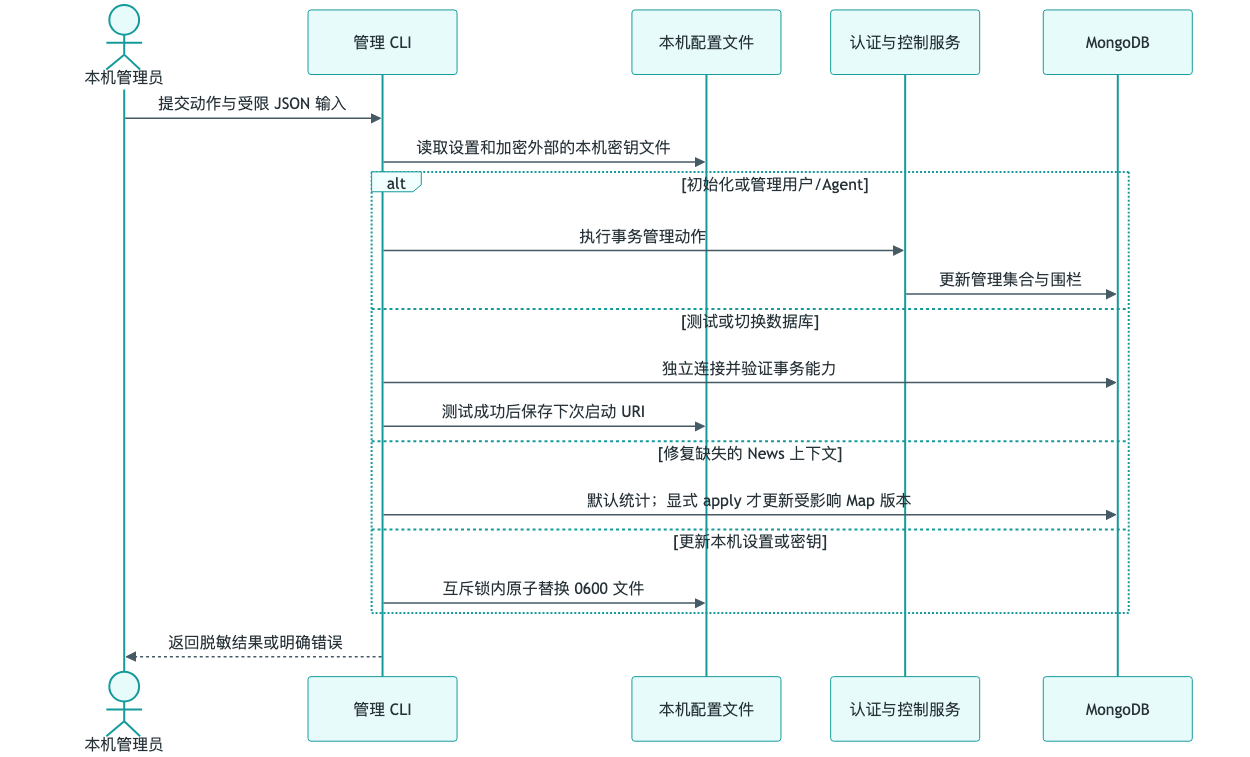
AUSIO2/ChongMing keeps this Mermaid diagram as technical-docs/chongming-graph/diagrams/OPS-01-admin.png. Above is the earlier version. Its source is kept beside it as technical-docs/chongming-graph/diagrams/OPS-01-admin.mmd. The source it was exported from:
```mermaid
%%{init: {"theme": "base", "themeVariables": {"primaryColor": "#e8fbfb", "primaryBorderColor": "#159a9c", "primaryTextColor": "#263238", "lineColor": "#455a64", "actorBkg": "#e8fbfb", "actorBorder": "#159a9c", "actorTextColor": "#263238", "signalColor": "#455a64", "signalTextColor": "#263238", "labelBoxBkgColor": "#f2ffff", "labelBoxBorderColor": "#159a9c", "labelTextColor": "#263238", "noteBkgColor": "#f2ffff", "noteBorderColor": "#159a9c", "noteTextColor": "#263238"}}}%%
sequenceDiagram
  actor O as 本机管理员
  participant C as 管理 CLI
  participant L as 本机配置文件
  participant A as 认证与控制服务
  participant M as MongoDB
  O->>C: 提交动作与受限 JSON 输入
  C->>L: 读取设置和加密外部的本机密钥文件
  alt 初始化或管理用户/Agent
    C->>A: 执行事务管理动作
    A->>M: 更新管理集合与围栏
  else 测试或切换数据库
    C->>M: 独立连接并验证事务能力
    C->>L: 测试成功后保存下次启动 URI
  else 修复缺失的 News 上下文
    C->>M: 默认统计；显式 apply 才更新受影响 Map 版本
  else 更新本机设置或密钥
    C->>L: 互斥锁内原子替换 0600 文件
  end
  C-->>O: 返回脱敏结果或明确错误
```
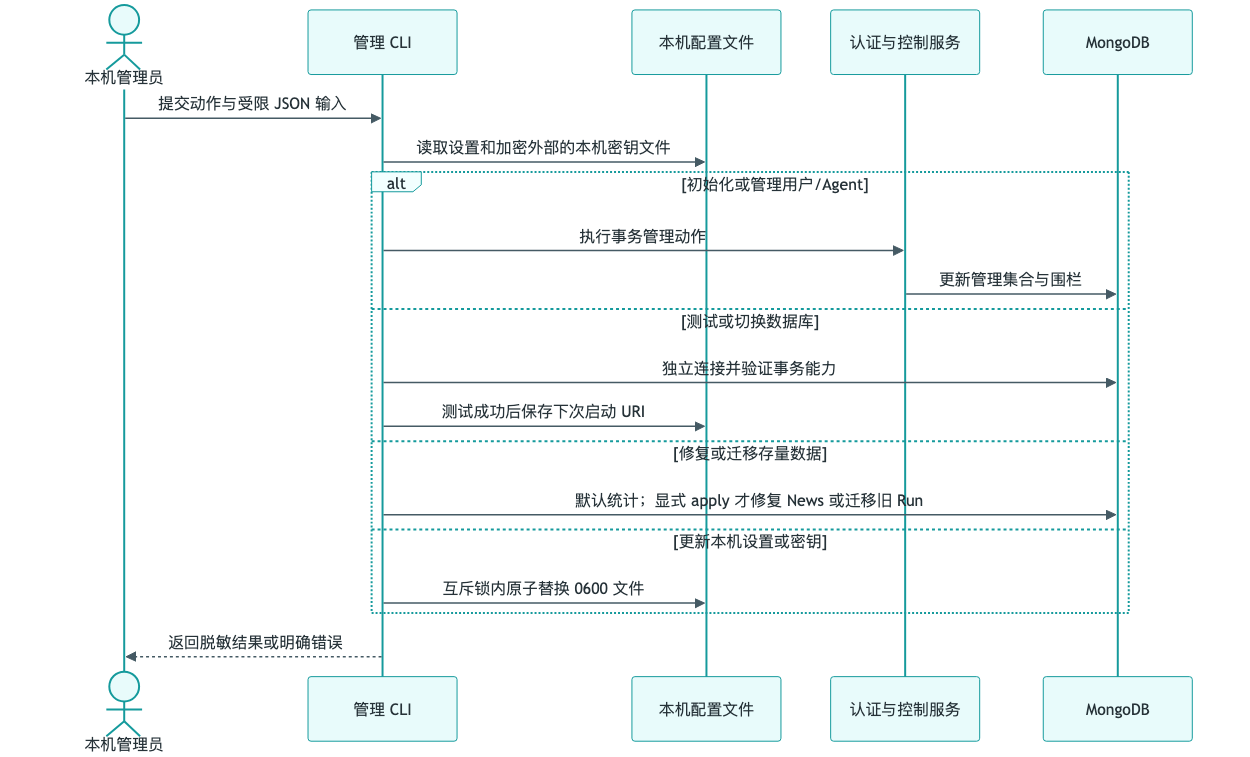
The same file after the commit.

Change to the diagram source:
```diff
@@ -13,8 +13,8 @@
   else 测试或切换数据库
     C->>M: 独立连接并验证事务能力
     C->>L: 测试成功后保存下次启动 URI
-  else 修复缺失的 News 上下文
-    C->>M: 默认统计；显式 apply 才更新受影响 Map 版本
+  else 修复或迁移存量数据
+    C->>M: 默认统计；显式 apply 才修复 News 或迁移旧 Run
   else 更新本机设置或密钥
     C->>L: 互斥锁内原子替换 0600 文件
   end
```
